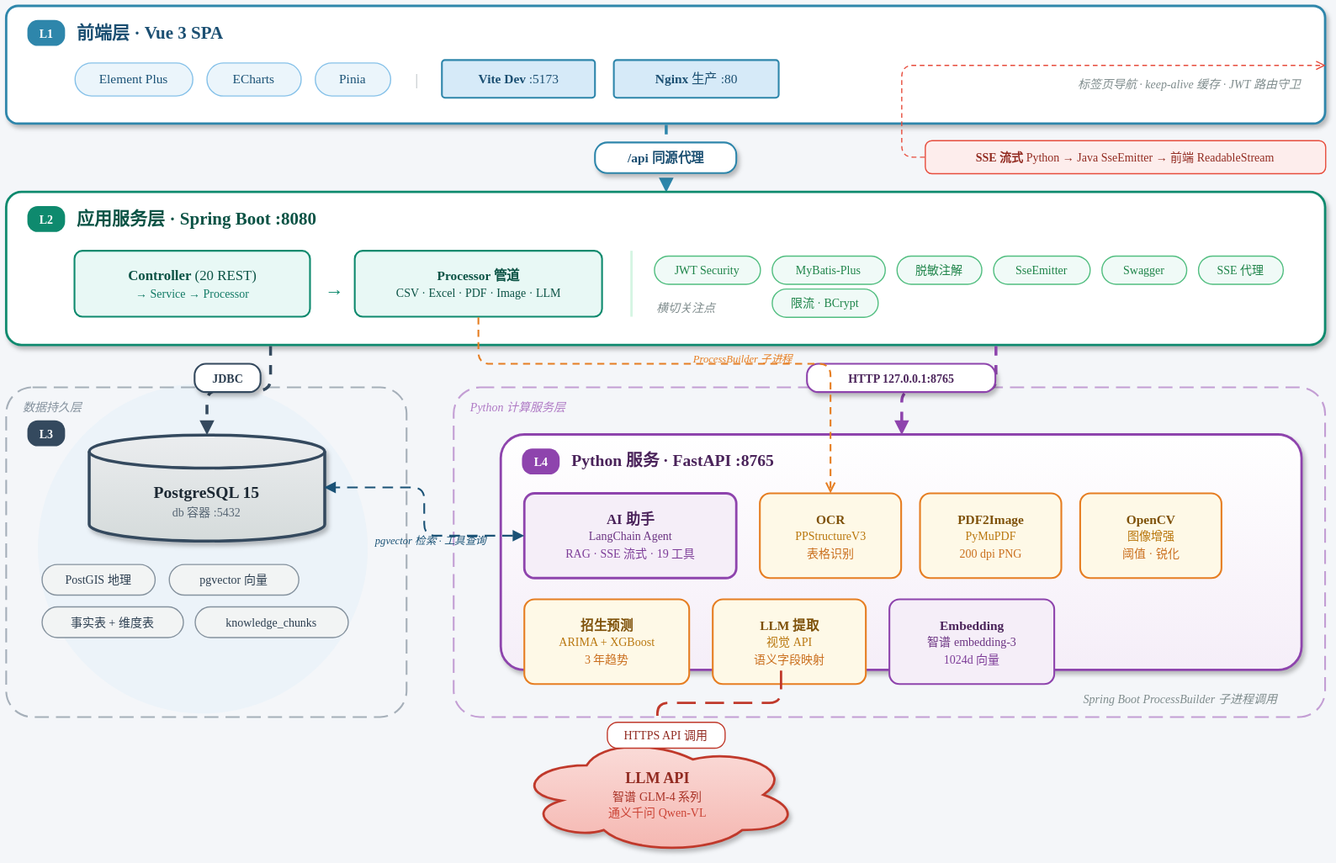
Earlier version of the draw.io export docs/images/系统架构图.svg (LCJM-85/ArchiveBridge). Source tidied: cells renumbered, new cells last; positions are measured from the earlier drawing's top-left corner, leaving out a move shared by most shapes.
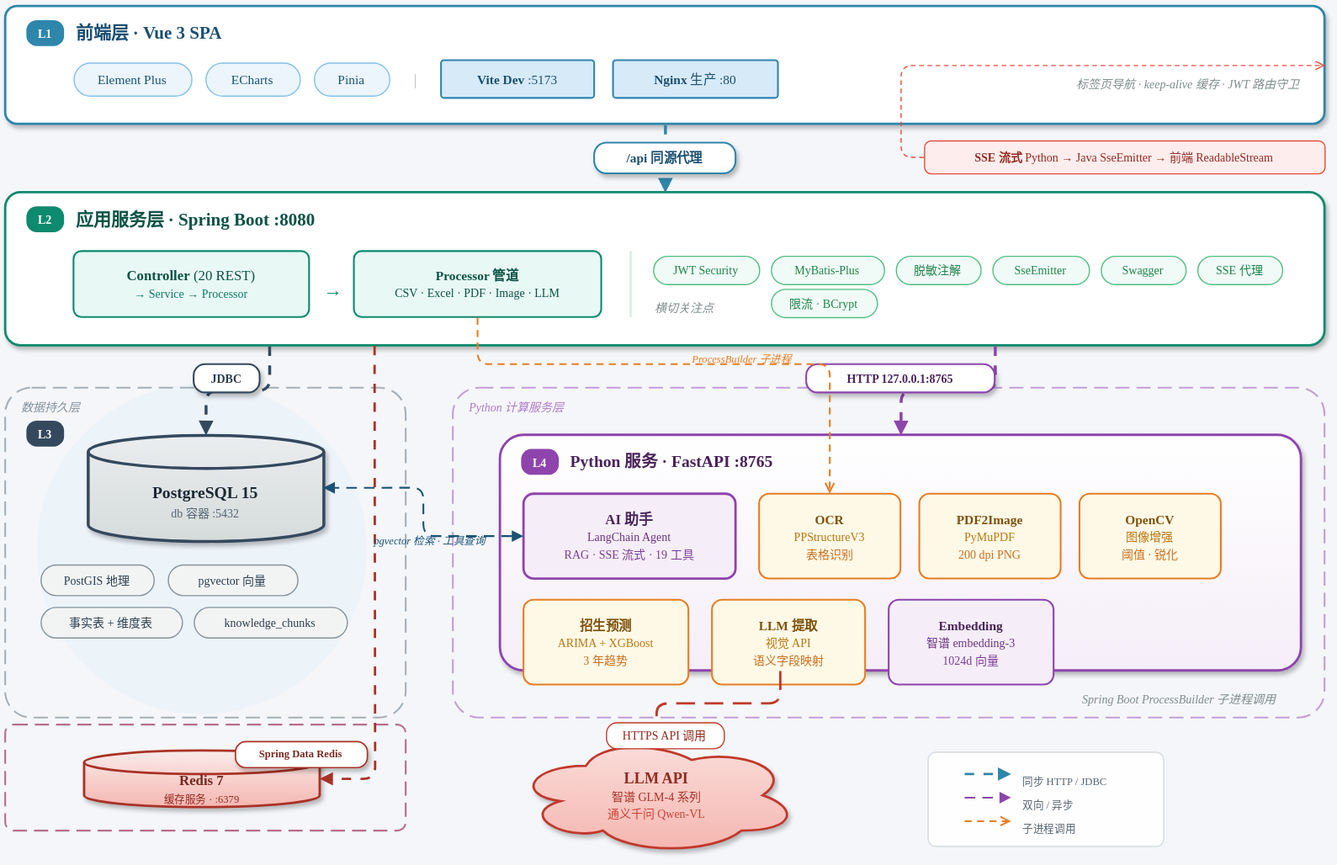
Above is the later version.

Commit message:
更新系统架构图

What changed in the source:
```diff
@@ -116,6 +116,9 @@
     <mxCell id="39" value="L3" style="rounded=1;whiteSpace=wrap;html=1;arcSize=40;fillColor=#34495E;strokeColor=none;fontColor=#FFFFFF;fontFamily=Consolas;fontSize=10;fontStyle=1;align=center;verticalAlign=middle;" parent="1" vertex="1">
       <mxGeometry x="18" y="352" width="32" height="22" as="geometry" />
     </mxCell>
+    <mxCell id="64" value="&lt;font style=&quot;font-size:12px;color:#78281F;&quot;&gt;&lt;b&gt;Redis 7&lt;/b&gt;&lt;/font&gt;&lt;div&gt;&lt;font style=&quot;font-size:9px;color:#922B21;&quot;&gt;缓存服务 · :6379&lt;/font&gt;&lt;/div&gt;" style="shape=cylinder3;whiteSpace=wrap;html=1;boundedLbl=1;backgroundOutline=1;size=10;fillColor=#F9EBEA;strokeColor=#A93226;strokeWidth=2;shadow=1;gradientColor=#F5B7B1;gradientDirection=south;fontFamily=Microsoft YaHei;align=center;verticalAlign=middle;" parent="1" vertex="1">
+      <mxGeometry x="67" y="632" width="200" height="48" as="geometry" />
+    </mxCell>
     <mxCell id="40" style="rounded=1;whiteSpace=wrap;html=1;arcSize=10;fillColor=#FFFFFF;strokeColor=#8E44AD;strokeWidth=2;shadow=1;gradientColor=#F5EEF8;gradientDirection=south;" parent="1" vertex="1">
       <mxGeometry x="420" y="364" width="680" height="200" as="geometry" />
     </mxCell>
@@ -158,6 +161,17 @@
     <mxCell id="53" value="JDBC" style="rounded=1;whiteSpace=wrap;html=1;arcSize=40;fillColor=#FFFFFF;strokeColor=#34495E;strokeWidth=1.5;fontColor=#2C3E50;fontFamily=Consolas;fontSize=10;fontStyle=1;align=center;verticalAlign=middle;shadow=1;" parent="1" vertex="1">
       <mxGeometry x="160" y="304" width="56" height="24" as="geometry" />
     </mxCell>
+    <mxCell id="65" style="edgeStyle=orthogonalEdgeStyle;rounded=1;jettySize=auto;html=1;strokeColor=#A93226;strokeWidth=2;endArrow=block;endFill=1;flowAnimation=1;exitX=0.28;exitY=1;exitDx=0;exitDy=0;entryX=1;entryY=0.5;entryDx=0;entryDy=0;" parent="1" edge="1" source="15" target="64">
+      <mxGeometry relative="1" as="geometry">
+        <Array as="points">
+          <mxPoint x="314" y="304" />
+          <mxPoint x="314" y="574" />
+        </Array>
+      </mxGeometry>
+    </mxCell>
+    <mxCell id="66" value="Spring Data Redis" style="rounded=1;whiteSpace=wrap;html=1;arcSize=40;fillColor=#FFFFFF;strokeColor=#A93226;strokeWidth=1.2;fontColor=#78281F;fontFamily=Consolas;fontSize=9;fontStyle=1;align=center;verticalAlign=middle;shadow=1;" parent="1" vertex="1">
+      <mxGeometry x="195" y="624" width="112" height="22" as="geometry" />
+    </mxCell>
     <mxCell id="54" style="edgeStyle=orthogonalEdgeStyle;rounded=1;jettySize=auto;html=1;strokeColor=#8E44AD;strokeWidth=2.5;endArrow=block;endFill=1;flowAnimation=1;exitX=0.75;exitY=1;exitDx=0;exitDy=0;entryX=0.5;entryY=0;entryDx=0;entryDy=0;" parent="1" edge="1" source="15" target="40">
       <mxGeometry relative="1" as="geometry" />
     </mxCell>
@@ -198,5 +212,38 @@
         </Array>
       </mxGeometry>
     </mxCell>
+    <mxCell id="67" style="rounded=1;whiteSpace=wrap;html=1;arcSize=8;fillColor=#FFFFFF;strokeColor=#D5D8DC;strokeWidth=1;opacity=90;" parent="1" vertex="1">
+      <mxGeometry x="783" y="633" width="200" height="80" as="geometry" />
+    </mxCell>
+    <mxCell id="68" style="endArrow=block;html=1;strokeColor=#2E86AB;strokeWidth=2;flowAnimation=1;" parent="1" edge="1">
+      <mxGeometry relative="1" as="geometry">
+        <mxPoint x="814" y="652" as="sourcePoint" />
+        <mxPoint x="854" y="652" as="targetPoint" />
+      </mxGeometry>
+    </mxCell>
+    <mxCell id="69" value="同步 HTTP / JDBC" style="text;html=1;strokeColor=none;fillColor=none;align=left;fontFamily=Microsoft YaHei;fontSize=9;fontColor=#566573;" parent="1" vertex="1">
+      <mxGeometry x="862" y="646" width="100" height="14" as="geometry" />
+    </mxCell>
+    <mxCell id="70" style="endArrow=block;html=1;strokeColor=#8E44AD;strokeWidth=1.5;dashed=1;dashPattern=6 4;flowAnimation=1;" parent="1" edge="1">
+      <mxGeometry relative="1" as="geometry">
+        <mxPoint x="814" y="672" as="sourcePoint" />
+        <mxPoint x="854" y="672" as="targetPoint" />
+      </mxGeometry>
+    </mxCell>
+    <mxCell id="71" value="双向 / 异步" style="text;html=1;strokeColor=none;fillColor=none;align=left;fontFamily=Microsoft YaHei;fontSize=9;fontColor=#566573;" parent="1" vertex="1">
+      <mxGeometry x="862" y="666" width="80" height="14" as="geometry" />
+    </mxCell>
+    <mxCell id="72" style="endArrow=open;html=1;strokeColor=#E67E22;strokeWidth=1.5;dashed=1;dashPattern=4 3;flowAnimation=1;" parent="1" edge="1">
+      <mxGeometry relative="1" as="geometry">
+        <mxPoint x="814" y="692" as="sourcePoint" />
+        <mxPoint x="854" y="692" as="targetPoint" />
+      </mxGeometry>
+    </mxCell>
+    <mxCell id="73" value="子进程调用" style="text;html=1;strokeColor=none;fillColor=none;align=left;fontFamily=Microsoft YaHei;fontSize=9;fontColor=#566573;" parent="1" vertex="1">
+      <mxGeometry x="862" y="686" width="80" height="14" as="geometry" />
+    </mxCell>
+    <mxCell id="74" style="rounded=1;whiteSpace=wrap;html=1;arcSize=8;fillColor=none;strokeColor=#9E365C;strokeWidth=1.5;dashed=1;dashPattern=8 4;opacity=70;" parent="1" vertex="1">
+      <mxGeometry y="610" width="340" height="90" as="geometry" />
+    </mxCell>
   </root>
 </mxGraphModel>
```
